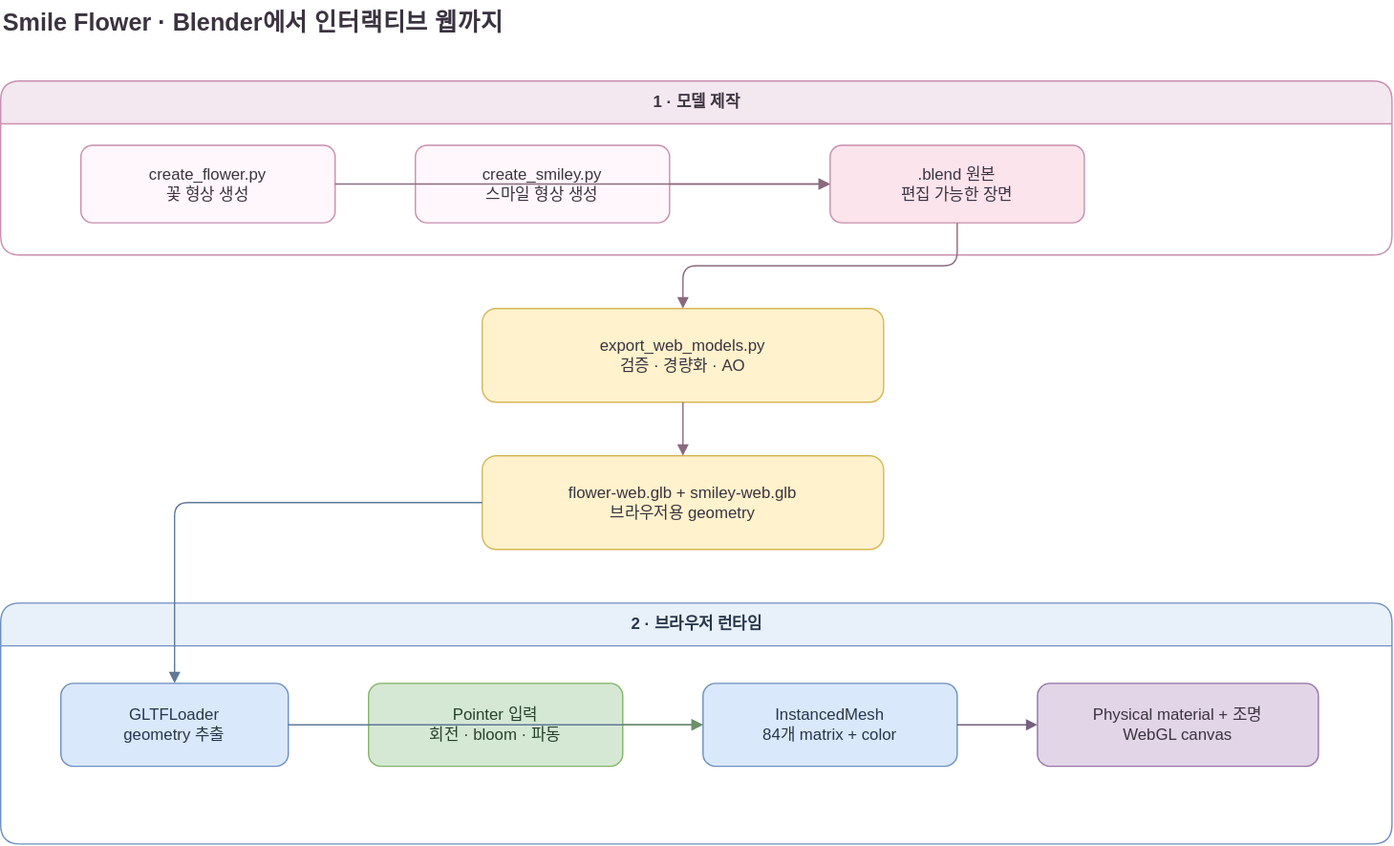
The draw.io diagram docs/assets/smile-flower-pipeline.svg in jiwon79/brand-artwork, before a commit. Source tidied: cells renumbered, new cells last; positions are measured from the earlier drawing's top-left corner, leaving out a move shared by most shapes. The source it was exported from:
```xml
<mxGraphModel>
  <root>
    <mxCell id="0" />
    <mxCell id="1" parent="0" />
    <mxCell id="2" value="Smile Flower · Blender에서 인터랙티브 웹까지" style="text;html=1;strokeColor=none;fillColor=none;fontSize=18;fontStyle=1;fontColor=#3b3340;align=left;" parent="1" vertex="1">
      <mxGeometry width="760" height="40" as="geometry" />
    </mxCell>
    <mxCell id="3" value="1 · 모델 제작" style="swimlane;startSize=32;rounded=1;html=1;fillColor=#f4e8f0;strokeColor=#c98eaf;fontStyle=1;fontColor=#3b3340;" parent="1" vertex="1">
      <mxGeometry y="60" width="1040" height="130" as="geometry" />
    </mxCell>
    <mxCell id="4" value="create_flower.py&lt;br&gt;꽃 형상 생성" style="rounded=1;whiteSpace=wrap;html=1;fillColor=#fff7fb;strokeColor=#c98eaf;fontColor=#3b3340;" parent="3" vertex="1">
      <mxGeometry x="60" y="48" width="190" height="58" as="geometry" />
    </mxCell>
    <mxCell id="5" value="create_smiley.py&lt;br&gt;스마일 형상 생성" style="rounded=1;whiteSpace=wrap;html=1;fillColor=#fff7fb;strokeColor=#c98eaf;fontColor=#3b3340;" parent="3" vertex="1">
      <mxGeometry x="310" y="48" width="190" height="58" as="geometry" />
    </mxCell>
    <mxCell id="6" value=".blend 원본&lt;br&gt;편집 가능한 장면" style="rounded=1;whiteSpace=wrap;html=1;fillColor=#fce4ec;strokeColor=#c98eaf;fontColor=#3b3340;" parent="3" vertex="1">
      <mxGeometry x="620" y="48" width="190" height="58" as="geometry" />
    </mxCell>
    <mxCell id="7" value="export_web_models.py&lt;br&gt;검증 · 경량화 · AO" style="rounded=1;whiteSpace=wrap;html=1;fillColor=#fff2cc;strokeColor=#d6b656;fontColor=#3b3340;" parent="1" vertex="1">
      <mxGeometry x="360" y="230" width="300" height="70" as="geometry" />
    </mxCell>
    <mxCell id="8" value="flower-web.glb + smiley-web.glb&lt;br&gt;브라우저용 geometry" style="rounded=1;whiteSpace=wrap;html=1;fillColor=#fff2cc;strokeColor=#d6b656;fontColor=#3b3340;" parent="1" vertex="1">
      <mxGeometry x="360" y="340" width="300" height="70" as="geometry" />
    </mxCell>
    <mxCell id="9" value="2 · 브라우저 런타임" style="swimlane;startSize=32;rounded=1;html=1;fillColor=#e8f0fa;strokeColor=#6c8ebf;fontStyle=1;fontColor=#27364a;" parent="1" vertex="1">
      <mxGeometry y="450" width="1040" height="180" as="geometry" />
    </mxCell>
    <mxCell id="10" value="GLTFLoader&lt;br&gt;geometry 추출" style="rounded=1;whiteSpace=wrap;html=1;fillColor=#dae8fc;strokeColor=#6c8ebf;fontColor=#27364a;" parent="9" vertex="1">
      <mxGeometry x="45" y="60" width="170" height="62" as="geometry" />
    </mxCell>
    <mxCell id="11" value="Pointer 입력&lt;br&gt;회전 · bloom · 파동" style="rounded=1;whiteSpace=wrap;html=1;fillColor=#d5e8d4;strokeColor=#82b366;fontColor=#27422c;" parent="9" vertex="1">
      <mxGeometry x="275" y="60" width="190" height="62" as="geometry" />
    </mxCell>
    <mxCell id="12" value="InstancedMesh&lt;br&gt;84개 matrix + color" style="rounded=1;whiteSpace=wrap;html=1;fillColor=#dae8fc;strokeColor=#6c8ebf;fontColor=#27364a;" parent="9" vertex="1">
      <mxGeometry x="525" y="60" width="190" height="62" as="geometry" />
    </mxCell>
    <mxCell id="13" value="Physical material + 조명&lt;br&gt;WebGL canvas" style="rounded=1;whiteSpace=wrap;html=1;fillColor=#e1d5e7;strokeColor=#9673a6;fontColor=#3b3340;" parent="9" vertex="1">
      <mxGeometry x="775" y="60" width="210" height="62" as="geometry" />
    </mxCell>
    <mxCell id="14" style="edgeStyle=orthogonalEdgeStyle;rounded=1;html=1;endArrow=block;endFill=1;strokeColor=#8a6a7e;" parent="1" edge="1" source="4" target="6">
      <mxGeometry relative="1" as="geometry" />
    </mxCell>
    <mxCell id="15" style="edgeStyle=orthogonalEdgeStyle;rounded=1;html=1;endArrow=block;endFill=1;strokeColor=#8a6a7e;" parent="1" edge="1" source="5" target="6">
      <mxGeometry relative="1" as="geometry" />
    </mxCell>
    <mxCell id="16" style="edgeStyle=orthogonalEdgeStyle;rounded=1;html=1;endArrow=block;endFill=1;strokeColor=#8a6a7e;" parent="1" edge="1" source="6" target="7">
      <mxGeometry relative="1" as="geometry" />
    </mxCell>
    <mxCell id="17" style="edgeStyle=orthogonalEdgeStyle;rounded=1;html=1;endArrow=block;endFill=1;strokeColor=#8a6a7e;" parent="1" edge="1" source="7" target="8">
      <mxGeometry relative="1" as="geometry" />
    </mxCell>
    <mxCell id="18" style="edgeStyle=orthogonalEdgeStyle;rounded=1;html=1;endArrow=block;endFill=1;strokeColor=#5f7898;" parent="1" edge="1" source="8" target="10">
      <mxGeometry relative="1" as="geometry" />
    </mxCell>
    <mxCell id="19" style="edgeStyle=orthogonalEdgeStyle;rounded=1;html=1;endArrow=block;endFill=1;strokeColor=#5f7898;" parent="1" edge="1" source="10" target="12">
      <mxGeometry relative="1" as="geometry" />
    </mxCell>
    <mxCell id="20" style="edgeStyle=orthogonalEdgeStyle;rounded=1;html=1;endArrow=block;endFill=1;strokeColor=#6c9168;" parent="1" edge="1" source="11" target="12">
      <mxGeometry relative="1" as="geometry" />
    </mxCell>
    <mxCell id="21" style="edgeStyle=orthogonalEdgeStyle;rounded=1;html=1;endArrow=block;endFill=1;strokeColor=#776080;" parent="1" edge="1" source="12" target="13">
      <mxGeometry relative="1" as="geometry" />
    </mxCell>
  </root>
</mxGraphModel>
```
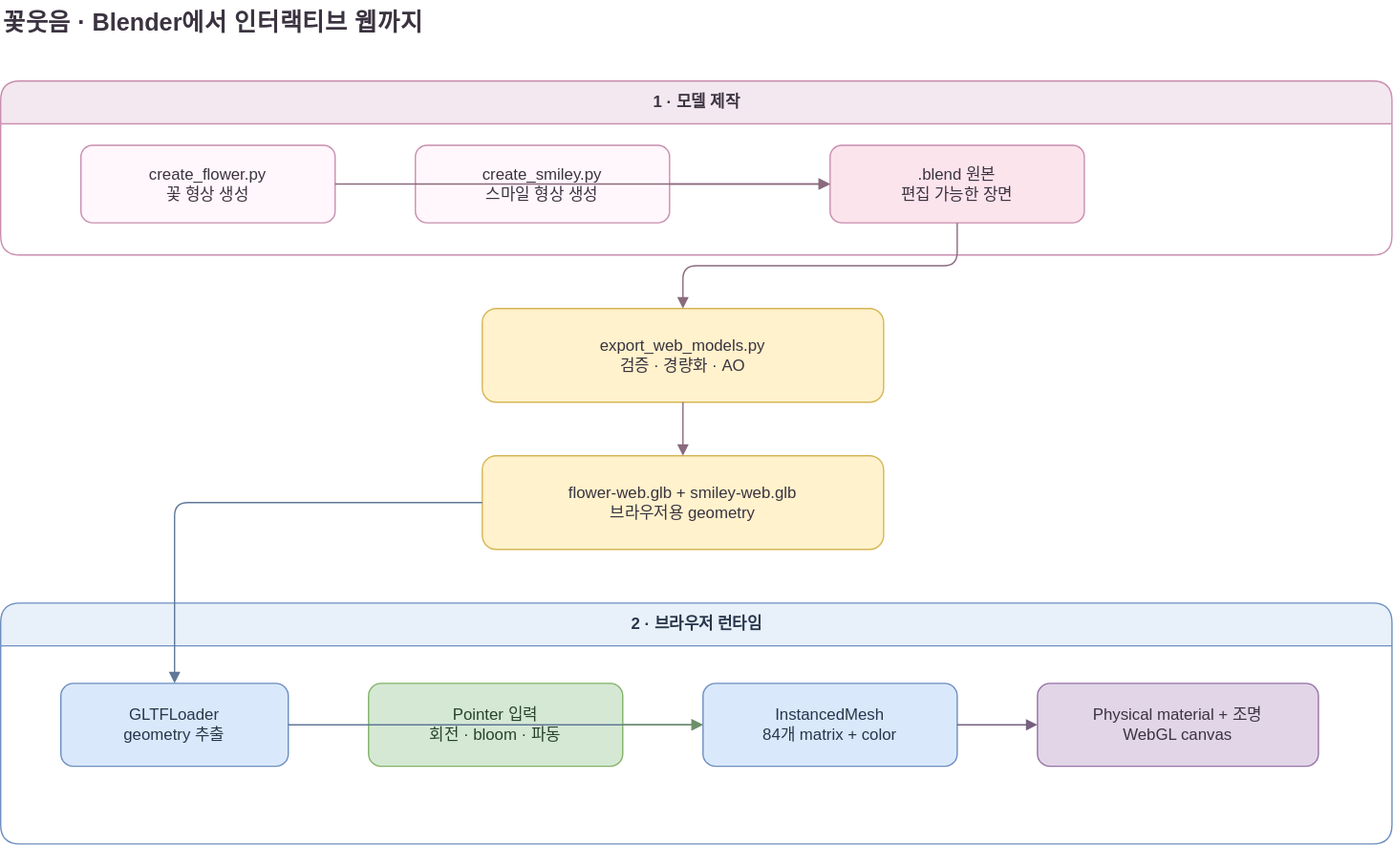
Above is the later version.

Commit message:
chore(smile-flower): name artwork kkot-useum

What changed in the source:
```diff
@@ -2,7 +2,7 @@
   <root>
     <mxCell id="0" />
     <mxCell id="1" parent="0" />
-    <mxCell id="2" value="Smile Flower · Blender에서 인터랙티브 웹까지" style="text;html=1;strokeColor=none;fillColor=none;fontSize=18;fontStyle=1;fontColor=#3b3340;align=left;" parent="1" vertex="1">
+    <mxCell id="2" value="꽃웃음 · Blender에서 인터랙티브 웹까지" style="text;html=1;strokeColor=none;fillColor=none;fontSize=18;fontStyle=1;fontColor=#3b3340;align=left;" parent="1" vertex="1">
       <mxGeometry width="760" height="40" as="geometry" />
     </mxCell>
     <mxCell id="3" value="1 · 모델 제작" style="swimlane;startSize=32;rounded=1;html=1;fillColor=#f4e8f0;strokeColor=#c98eaf;fontStyle=1;fontColor=#3b3340;" parent="1" vertex="1">
```
